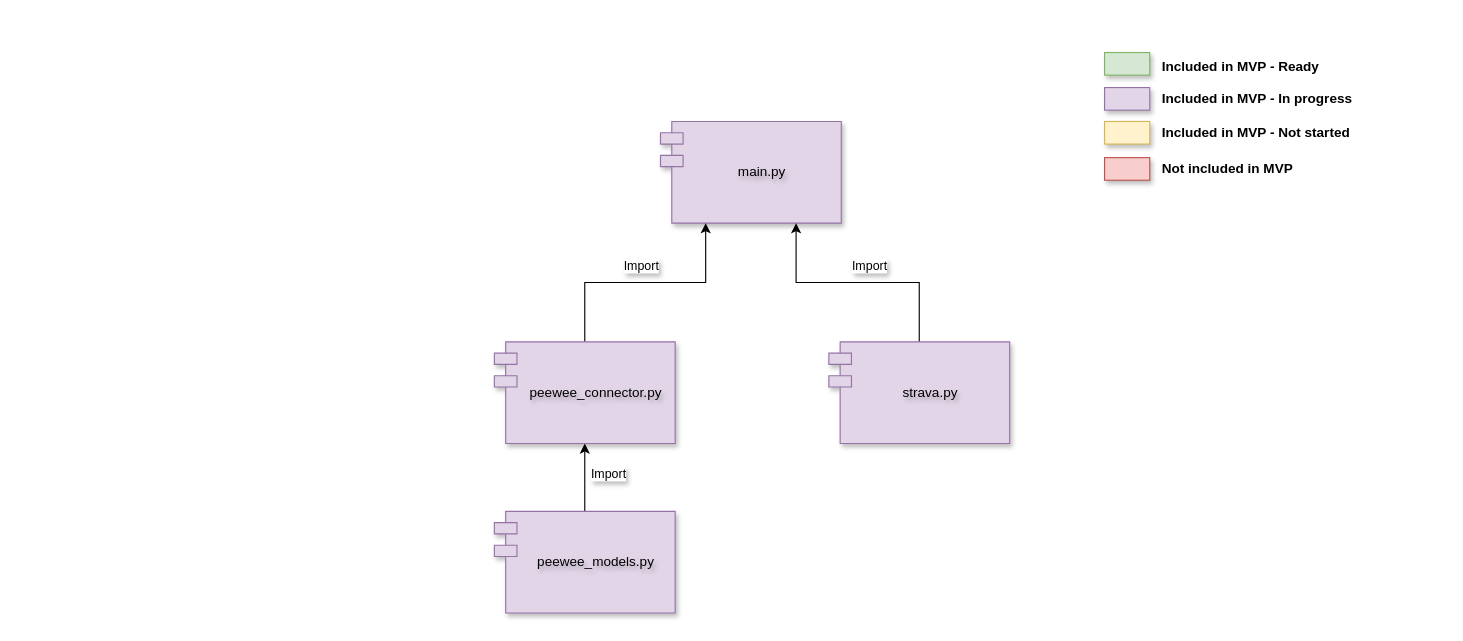
xivind/velo-supervisor-2000 keeps this draw.io diagram as page "Modules" (4 of 7) of docs/all_diagrams.drawio. Above is the earlier version. Source tidied: cells renumbered, new cells numbered last; positions are measured from the earlier drawing's top-left corner, leaving out a move shared by most shapes. Both pictures are drawn from the tidied source at 113%, with x=0, y=0 at pixel (494, 50).
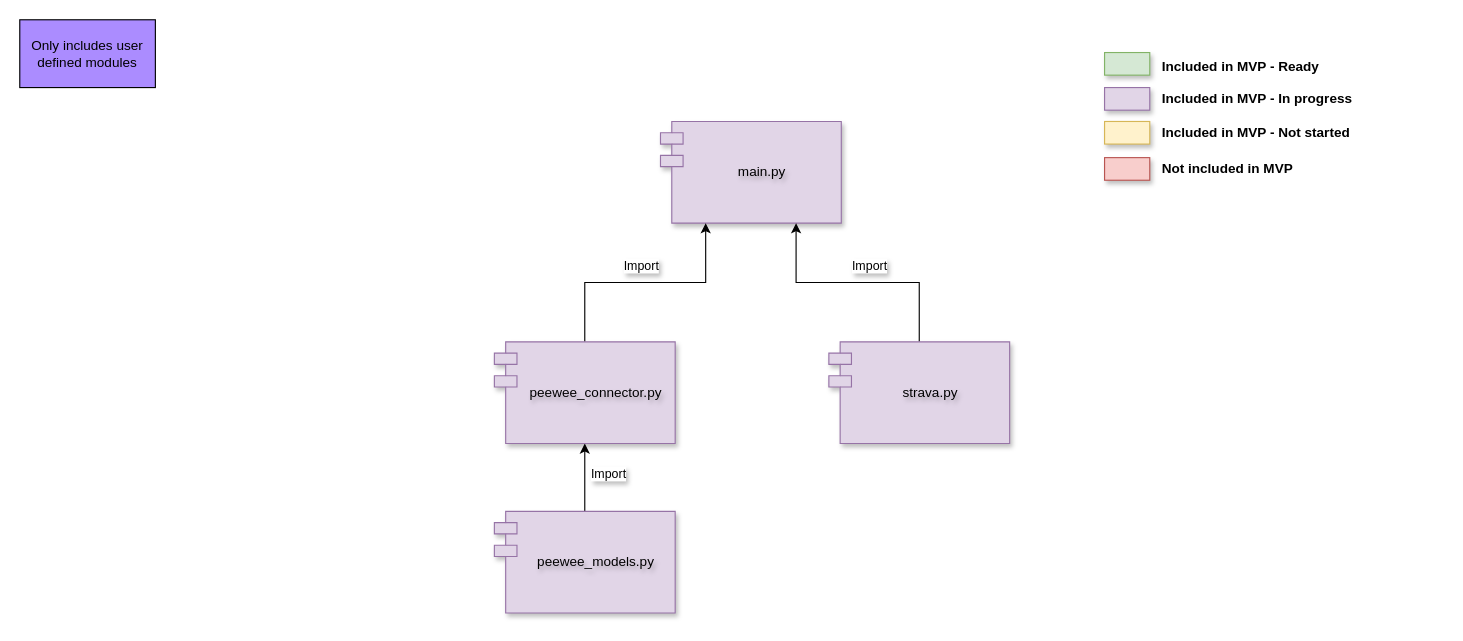
The same page after the edit.

Commit message:
Sketch note

What changed in the source:
```diff
@@
+    <mxCell id="21" value="Only includes user defined modules" style="rounded=0;whiteSpace=wrap;html=1;fillColor=#AB8CFF;" parent="1" vertex="1">
+      <mxGeometry x="-420" y="-27" width="120" height="60" as="geometry" />
+    </mxCell>
```
